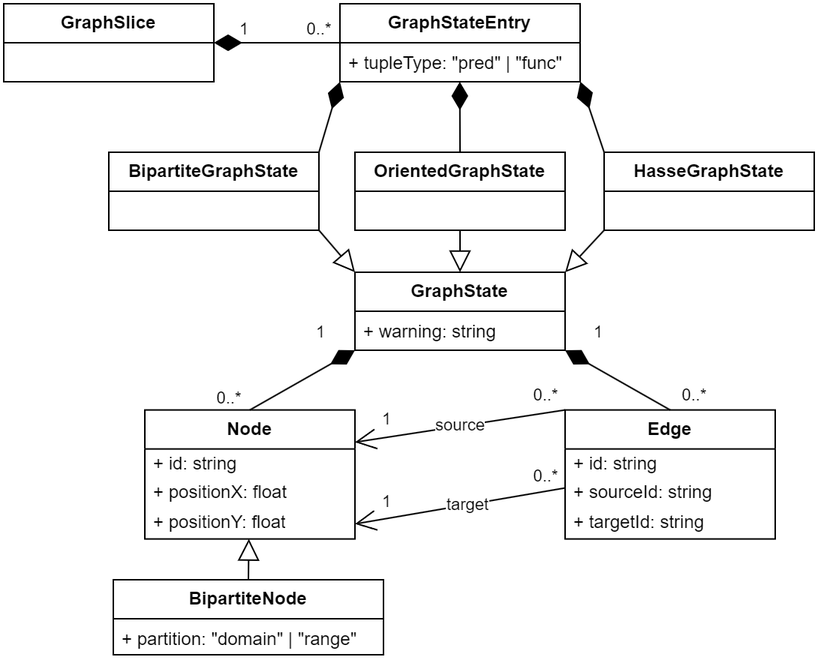
The draw.io diagram source/images/graph-diagram.png in marcsek/bachelor_thesis, before a commit. Source tidied: cells renumbered, new cells last; positions are measured from the earlier drawing's top-left corner, leaving out a move shared by most shapes.
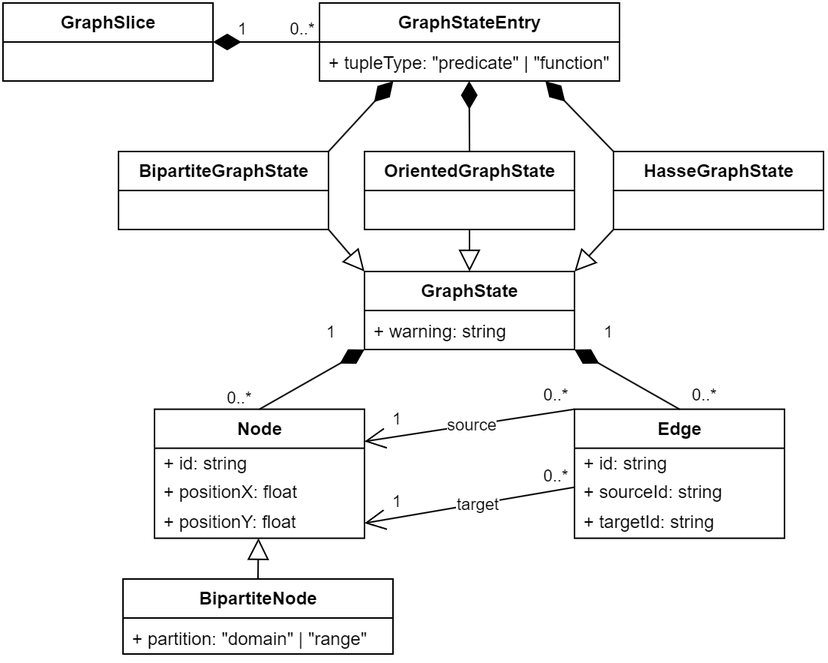
Above is the later version.

Change to the diagram source:
```diff
@@ -3,10 +3,10 @@
     <mxCell id="0" />
     <mxCell id="1" parent="0" />
     <mxCell id="2" value="&lt;b&gt;GraphStateEntry&lt;/b&gt;" style="swimlane;fontStyle=0;horizontal=1;startSize=26;fillColor=none;whiteSpace=wrap;html=1;" parent="1" vertex="1">
-      <mxGeometry x="224" width="160" height="52" as="geometry" />
+      <mxGeometry x="204" width="200" height="52" as="geometry" />
     </mxCell>
-    <mxCell id="3" value="+ tupleType: &quot;pred&quot; | &quot;func&quot;" style="text;strokeColor=none;fillColor=none;align=left;verticalAlign=top;spacingLeft=4;spacingRight=4;overflow=hidden;points=[[0,0.5],[1,0.5]];portConstraint=eastwest;whiteSpace=wrap;html=1;" parent="2" vertex="1">
-      <mxGeometry y="26" width="160" height="26" as="geometry" />
+    <mxCell id="3" value="+ tupleType: &quot;predicate&quot; | &quot;function&quot;" style="text;strokeColor=none;fillColor=none;align=left;verticalAlign=top;spacingLeft=4;spacingRight=4;overflow=hidden;points=[[0,0.5],[1,0.5]];portConstraint=eastwest;whiteSpace=wrap;html=1;" parent="2" vertex="1">
+      <mxGeometry y="26" width="200" height="26" as="geometry" />
     </mxCell>
     <mxCell id="4" value="&lt;b&gt;GraphState&lt;/b&gt;" style="swimlane;fontStyle=0;horizontal=1;startSize=26;fillColor=none;whiteSpace=wrap;html=1;" parent="1" vertex="1">
       <mxGeometry x="234" y="179" width="140" height="52" as="geometry" />
@@ -61,7 +61,7 @@
     <mxCell id="20" value="&lt;b&gt;BipartiteGraphState&lt;/b&gt;" style="swimlane;fontStyle=0;horizontal=1;startSize=26;fillColor=none;whiteSpace=wrap;html=1;" parent="1" vertex="1">
       <mxGeometry x="70" y="99" width="140" height="52" as="geometry" />
     </mxCell>
-    <mxCell id="21" style="endArrow=diamondThin;endFill=1;endSize=16;html=1;rounded=0;exitX=1;exitY=0;exitDx=0;exitDy=0;entryX=0;entryY=1;entryDx=0;entryDy=0;" parent="1" edge="1" source="20" target="2">
+    <mxCell id="21" style="endArrow=diamondThin;endFill=1;endSize=16;html=1;rounded=0;exitX=1;exitY=0;exitDx=0;exitDy=0;entryX=0.246;entryY=1.004;entryDx=0;entryDy=0;entryPerimeter=0;" parent="1" edge="1" source="20" target="3">
       <mxGeometry relative="1" as="geometry" />
     </mxCell>
     <mxCell id="22" value="&lt;b&gt;OrientedGraphState&lt;/b&gt;" style="swimlane;fontStyle=0;horizontal=1;startSize=26;fillColor=none;whiteSpace=wrap;html=1;" parent="1" vertex="1">
@@ -73,7 +73,7 @@
     <mxCell id="24" value="&lt;b&gt;HasseGraphState&lt;/b&gt;" style="swimlane;fontStyle=0;horizontal=1;startSize=26;fillColor=none;whiteSpace=wrap;html=1;" parent="1" vertex="1">
       <mxGeometry x="400" y="99" width="140" height="52" as="geometry" />
     </mxCell>
-    <mxCell id="25" style="endArrow=diamondThin;endFill=1;endSize=16;html=1;rounded=0;exitX=0;exitY=0;exitDx=0;exitDy=0;entryX=1.001;entryY=0.999;entryDx=0;entryDy=0;entryPerimeter=0;" parent="1" edge="1" source="24" target="3">
+    <mxCell id="25" style="endArrow=diamondThin;endFill=1;endSize=16;html=1;rounded=0;exitX=0;exitY=0;exitDx=0;exitDy=0;entryX=0.753;entryY=1.004;entryDx=0;entryDy=0;entryPerimeter=0;" parent="1" edge="1" source="24" target="3">
       <mxGeometry relative="1" as="geometry" />
     </mxCell>
     <mxCell id="26" style="endArrow=block;endFill=0;endSize=12;html=1;rounded=0;exitX=1;exitY=1;exitDx=0;exitDy=0;entryX=0;entryY=0;entryDx=0;entryDy=0;" parent="1" edge="1" source="20" target="4">
@@ -137,18 +137,18 @@
       </mxGeometry>
     </mxCell>
     <mxCell id="40" value="&lt;b&gt;GraphSlice&lt;/b&gt;" style="swimlane;fontStyle=0;horizontal=1;startSize=26;fillColor=none;whiteSpace=wrap;html=1;" parent="1" vertex="1">
-      <mxGeometry width="140" height="52" as="geometry" />
+      <mxGeometry x="-7" width="140" height="52" as="geometry" />
     </mxCell>
     <mxCell id="41" style="endArrow=diamondThin;endFill=1;endSize=16;html=1;rounded=0;exitX=0;exitY=0.5;exitDx=0;exitDy=0;entryX=1;entryY=0.5;entryDx=0;entryDy=0;" parent="1" edge="1" source="2" target="40">
       <mxGeometry relative="1" as="geometry" />
     </mxCell>
     <mxCell id="42" value="0..*" style="edgeLabel;html=1;align=center;verticalAlign=middle;" parent="1" vertex="1">
-      <mxGeometry x="190" y="79" as="geometry">
+      <mxGeometry x="172" y="79" as="geometry">
         <mxPoint x="20" y="-62" as="offset" />
       </mxGeometry>
     </mxCell>
     <mxCell id="43" value="1" style="edgeLabel;html=1;align=center;verticalAlign=middle;" parent="1" vertex="1">
-      <mxGeometry x="140" y="79" as="geometry">
+      <mxGeometry x="132" y="79" as="geometry">
         <mxPoint x="20" y="-62" as="offset" />
       </mxGeometry>
     </mxCell>
```
